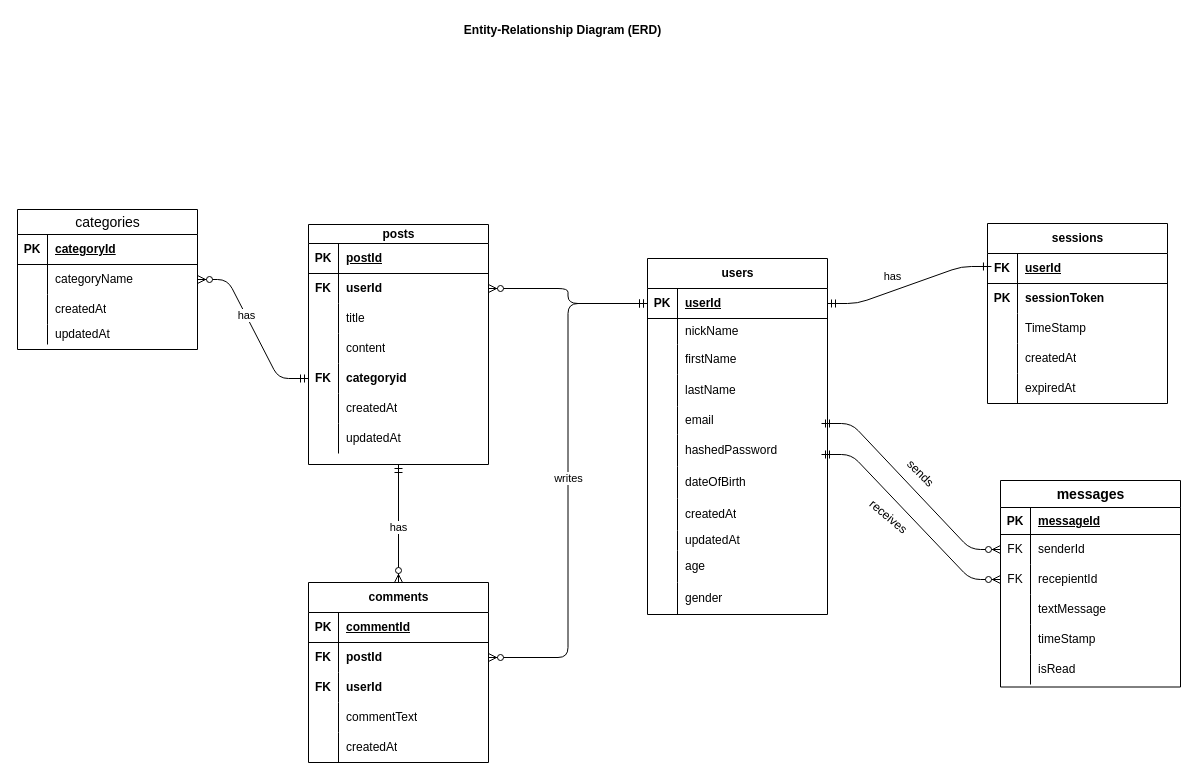
Earlier version of the draw.io diagram ERD.drawio (SalehAbdulla/real-time-forum). Source tidied: cells renumbered, new cells numbered last; positions are measured from the earlier drawing's top-left corner, leaving out a move shared by most shapes. Both pictures are drawn from the tidied source at 100%, with x=0, y=0 at pixel (17, 17).
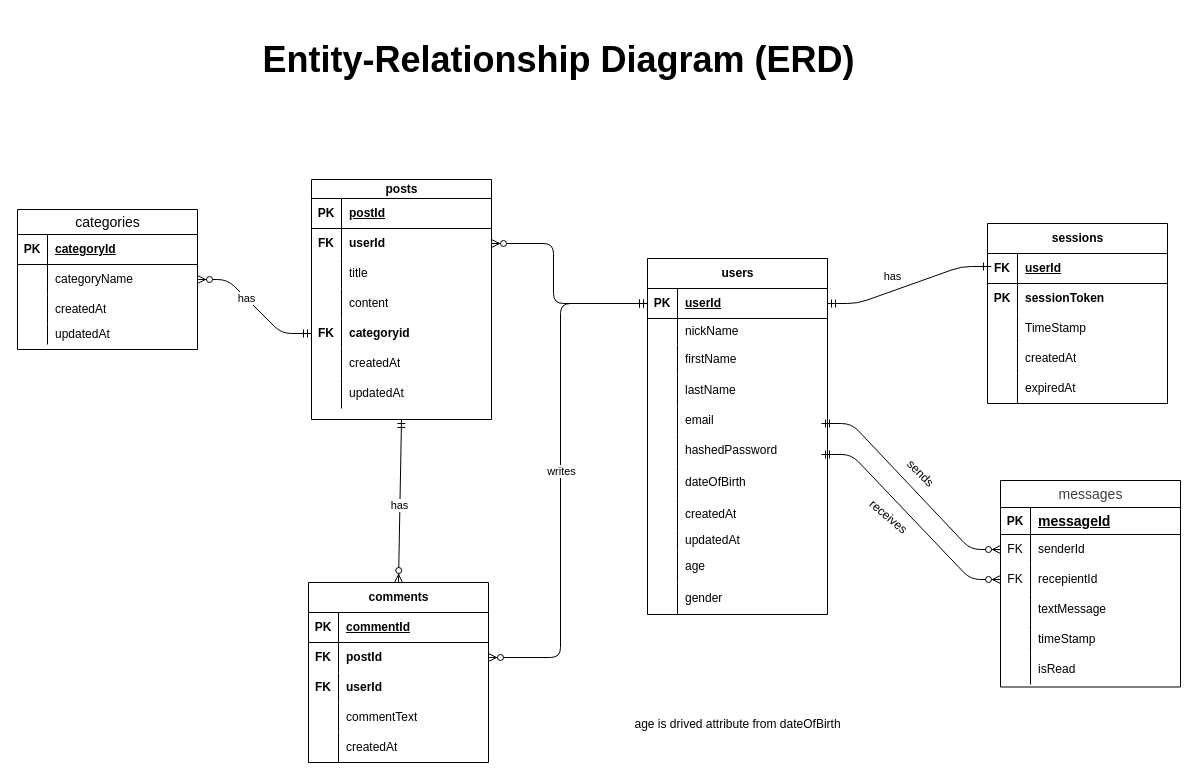
Above is the later version.

Unchanged cells that the change refers to:
```xml
<mxCell id="4" style="shape=tableRow;horizontal=0;startSize=0;swimlaneHead=0;swimlaneBody=0;fillColor=none;points=[[0,0.5],[1,0.5]];portConstraint=eastwest;top=0;left=0;right=0;bottom=1;" parent="3" vertex="1">
  <mxGeometry y="30" width="180" height="30" as="geometry" />
</mxCell>
<mxCell id="56" style="shape=tableRow;horizontal=0;startSize=0;swimlaneHead=0;swimlaneBody=0;fillColor=none;top=0;left=0;right=0;bottom=1;" parent="55" vertex="1">
  <mxGeometry y="27" width="180" height="27" as="geometry" />
</mxCell>
<mxCell id="82" style="shape=tableRow;horizontal=0;startSize=0;swimlaneHead=0;swimlaneBody=0;fillColor=none;points=[[0,0.5],[1,0.5]];portConstraint=eastwest;top=0;left=0;right=0;bottom=0;" parent="78" vertex="1">
  <mxGeometry y="49" width="180" height="30" as="geometry" />
</mxCell>
<mxCell id="104" style="shape=tableRow;horizontal=0;startSize=0;swimlaneHead=0;swimlaneBody=0;fillColor=none;points=[[0,0.5],[1,0.5]];portConstraint=eastwest;top=0;left=0;right=0;bottom=0;" parent="100" vertex="1">
  <mxGeometry y="60" width="180" height="30" as="geometry" />
</mxCell>
```

Change to the diagram source:
```diff
@@
-    <mxCell id="2" value="&lt;b&gt;Entity-Relationship Diagram (ERD)&lt;/b&gt;" style="text;html=1;align=center;verticalAlign=middle;strokeColor=none;fillColor=none;" parent="1" vertex="1">
-      <mxGeometry x="437" width="215" height="26" as="geometry" />
+    <mxCell id="2" value="&lt;b&gt;&lt;font style=&quot;font-size: 36px;&quot;&gt;Entity-Relationship Diagram (ERD)&lt;/font&gt;&lt;/b&gt;" style="text;html=1;align=center;verticalAlign=middle;strokeColor=none;fillColor=none;" parent="1" vertex="1">
+      <mxGeometry x="236" y="14" width="610" height="55" as="geometry" />
     </mxCell>
@@
-    <mxCell id="55" value="&lt;div style=&quot;text-align: start;&quot;&gt;&lt;font face=&quot;Anthropic Sans, sans-serif&quot;&gt;&lt;span style=&quot;font-size: 14px;&quot;&gt;messages&lt;/span&gt;&lt;/font&gt;&lt;/div&gt;" style="shape=table;startSize=27;childLayout=tableLayout;rowLines=0;fontStyle=1;align=center;html=1;" parent="1" vertex="1">
+    <mxCell id="55" value="&lt;div style=&quot;text-align: start;&quot;&gt;&lt;span style=&quot;color: rgb(63, 63, 63); font-family: &amp;quot;Anthropic Sans&amp;quot;, sans-serif; font-size: 14px; font-weight: 500;&quot;&gt;messages&lt;/span&gt;&lt;/div&gt;" style="shape=table;startSize=27;childLayout=tableLayout;rowLines=0;fontStyle=1;align=center;html=1;" parent="1" vertex="1">
       <mxGeometry x="983" y="463" width="180" height="206.5" as="geometry" />
     </mxCell>
@@
-    <mxCell id="58" value="messageId" style="shape=partialRectangle;fillColor=none;top=0;left=0;bottom=0;right=0;align=left;spacingLeft=6;fontStyle=5;overflow=hidden;whiteSpace=wrap;html=1;" parent="56" vertex="1">
+    <mxCell id="58" value="&lt;font face=&quot;Anthropic Sans, sans-serif&quot;&gt;&lt;span style=&quot;font-size: 14px; text-wrap-mode: nowrap;&quot;&gt;messageId&lt;/span&gt;&lt;/font&gt;" style="shape=partialRectangle;fillColor=none;top=0;left=0;bottom=0;right=0;align=left;spacingLeft=6;fontStyle=5;overflow=hidden;whiteSpace=wrap;html=1;" parent="56" vertex="1">
       <mxGeometry x="30" width="150" height="27" as="geometry" />
     </mxCell>
@@
     <mxCell id="78" value="posts" style="shape=table;startSize=19;childLayout=tableLayout;rowLines=0;fontStyle=1;align=center;html=1;" parent="1" vertex="1">
-      <mxGeometry x="291" y="207" width="180" height="240" as="geometry" />
+      <mxGeometry x="294" y="162" width="180" height="240" as="geometry" />
     </mxCell>
@@
     <mxCell id="116" style="edgeStyle=orthogonalEdgeStyle;fontSize=12;html=1;endArrow=ERzeroToMany;startArrow=ERmandOne;entryX=1;entryY=0.5;entryDx=0;entryDy=0;exitX=0;exitY=0.5;exitDx=0;exitDy=0;" parent="1" edge="1" source="4" target="82">
-      <mxGeometry relative="1" as="geometry" />
+      <mxGeometry relative="1" as="geometry">
+        <Array as="points">
+          <mxPoint x="536" y="286" />
+          <mxPoint x="536" y="226" />
+        </Array>
+      </mxGeometry>
     </mxCell>
@@
     <mxCell id="132" style="fontSize=12;html=1;endArrow=ERzeroToMany;startArrow=ERmandOne;entryX=1;entryY=0.5;entryDx=0;entryDy=0;exitX=0;exitY=0.5;exitDx=0;exitDy=0;edgeStyle=orthogonalEdgeStyle;" parent="1" edge="1" source="4" target="104">
-      <mxGeometry relative="1" as="geometry" />
+      <mxGeometry relative="1" as="geometry">
+        <Array as="points">
+          <mxPoint x="543" y="286" />
+          <mxPoint x="543" y="640" />
+        </Array>
+      </mxGeometry>
     </mxCell>
@@
+    <mxCell id="136" value="age is drived attribute from dateOfBirth" style="text;html=1;align=center;verticalAlign=middle;strokeColor=none;fillColor=none;" parent="1" vertex="1">
+      <mxGeometry x="608" y="694" width="224" height="26" as="geometry" />
+    </mxCell>
```
